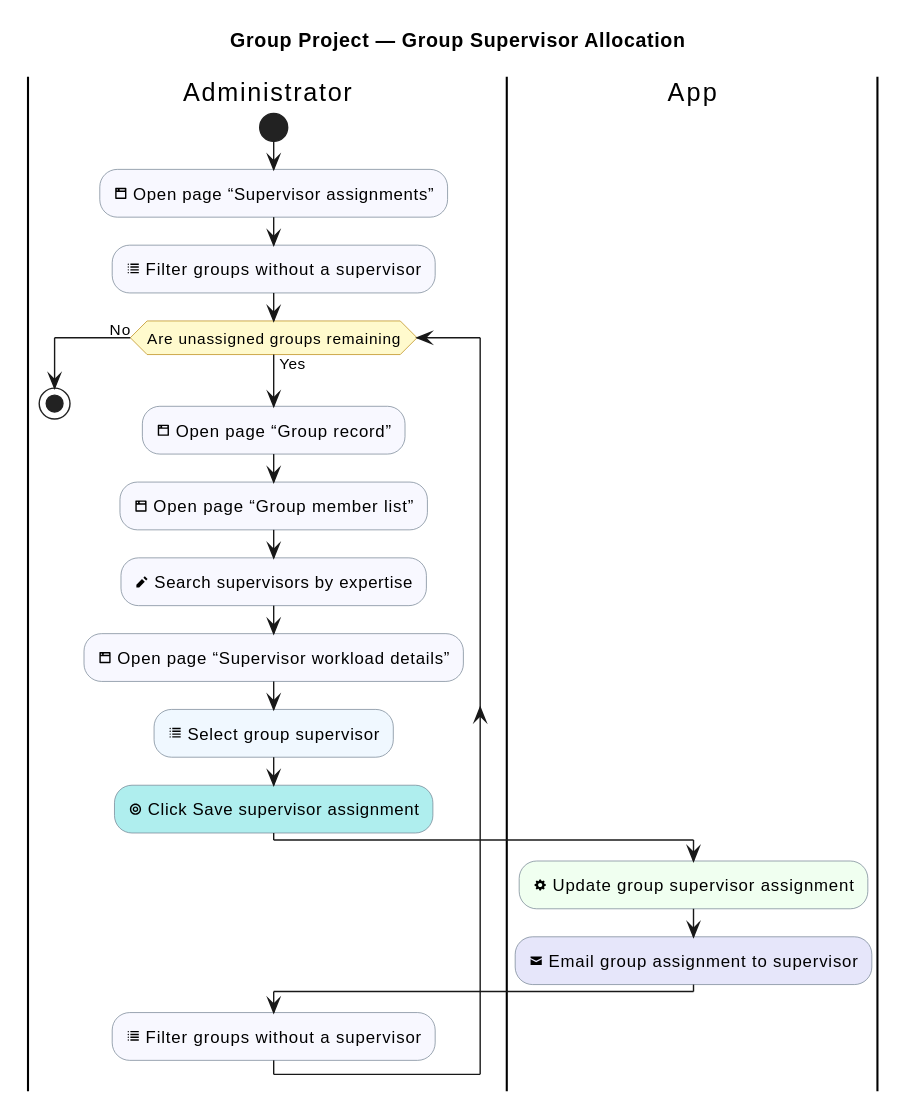
This is industrial-placement-group-project/diagrams/group-project/supervisor-allocation.svg from sdflkjssl/sdflkjssl.github.io, a PlantUML export, as it was before one commit.
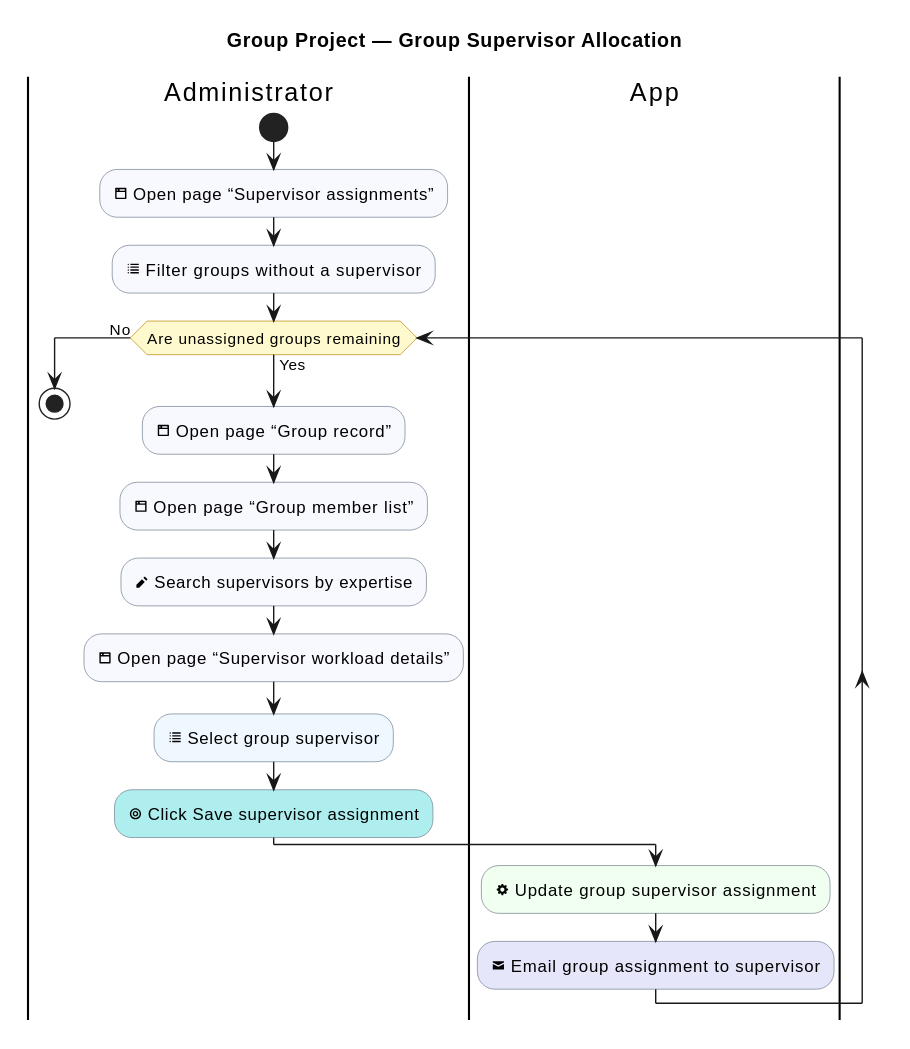
Later version of the same file.

The edit, as a diff of the source:
```diff
@@ -25,7 +25,6 @@
   :<&cog> Update group supervisor assignment; <<#HoneyDew>>
   :<&envelope-closed> Email group assignment to supervisor; <<#Lavender>>
   |Administrator|
-  :<&list> Filter groups without a supervisor; <<#GhostWhite>>
 endwhile (No)
 stop
 @enduml
```
